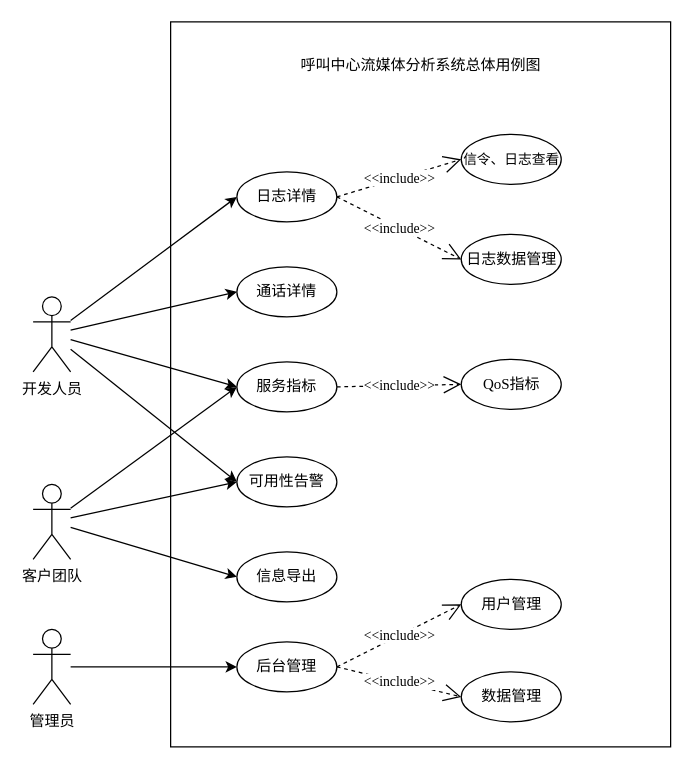
The draw.io diagram page "第 1 页" (1 of 8) of 未命名绘图.drawio in hjjkk/cpp_interview, before the edit. Source tidied: cells renumbered, new cells numbered last; positions are measured from the earlier drawing's top-left corner, leaving out a move shared by most shapes. Both pictures are drawn from the tidied source at 125%, with x=0, y=0 at pixel (32, 21).
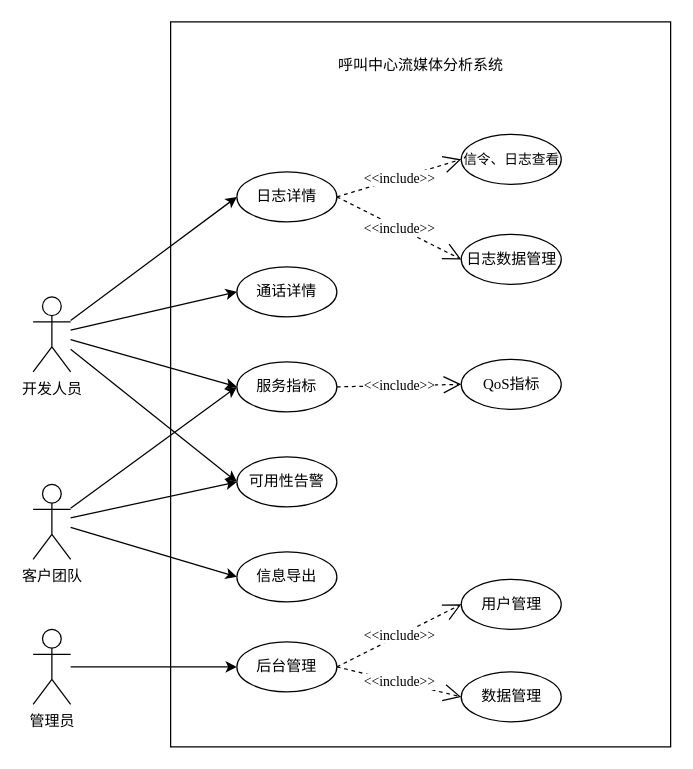
After the change.

What changed in the source:
```diff
@@
-    <mxCell id="22" value="呼叫中心流媒体分析系统总体用例图" style="text;html=1;strokeColor=none;fillColor=none;align=center;verticalAlign=middle;whiteSpace=wrap;rounded=0;fontFamily=Times New Roman;" parent="1" vertex="1">
+    <mxCell id="22" value="呼叫中心流媒体分析系统" style="text;html=1;strokeColor=none;fillColor=none;align=center;verticalAlign=middle;whiteSpace=wrap;rounded=0;fontFamily=Times New Roman;" parent="1" vertex="1">
       <mxGeometry x="212.5" y="20" width="195" height="30" as="geometry" />
     </mxCell>
```
